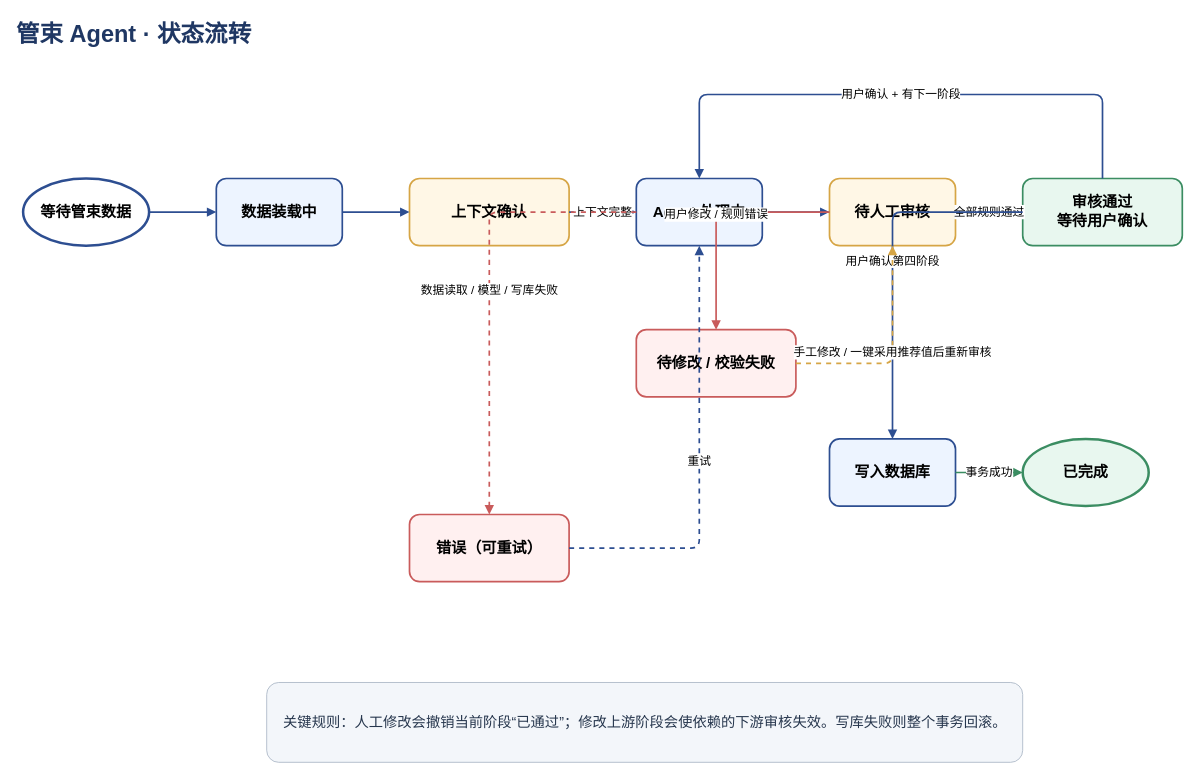
Earlier version of the draw.io diagram page "3-状态流转" (3 of 3) of docs/管束AI审核流-Pipeline.drawio (coconutwatersysdmg/DongLanpec-Agent-Demo). Source tidied: cells renumbered, new cells numbered last; positions are measured from the earlier drawing's top-left corner, leaving out a move shared by most shapes. Both pictures are drawn from the tidied source at 84%, with x=0, y=0 at pixel (14, 14).
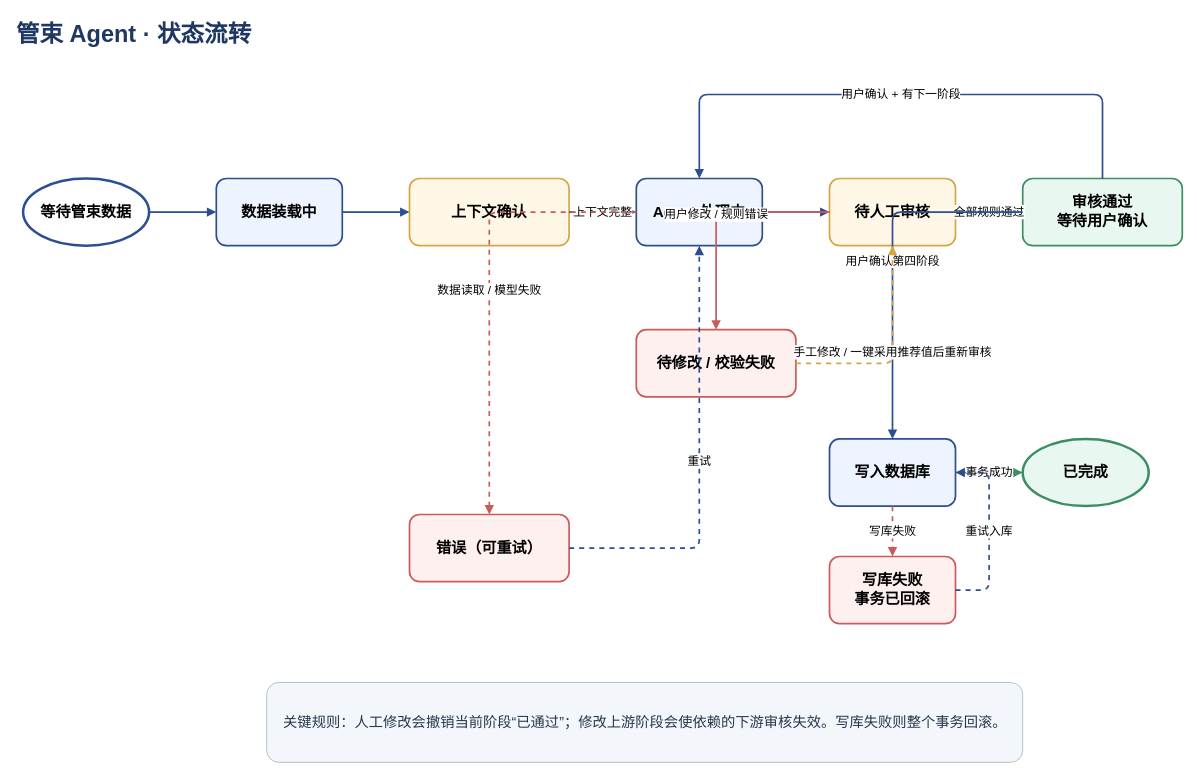
The same page after the edit.

Unchanged cells that the change refers to:
```xml
<mxCell id="6" value="Agent 处理中" style="rounded=1;whiteSpace=wrap;html=1;fillColor=#EDF4FF;strokeColor=#2D4E91;strokeWidth=2;fontSize=18;fontStyle=1;" parent="1" vertex="1">
  <mxGeometry x="740" y="195" width="150" height="80" as="geometry" />
</mxCell>
<mxCell id="9" value="写入数据库" style="rounded=1;whiteSpace=wrap;html=1;fillColor=#EDF4FF;strokeColor=#2D4E91;strokeWidth=2;fontSize=18;fontStyle=1;" parent="1" vertex="1">
  <mxGeometry x="970" y="505" width="150" height="80" as="geometry" />
</mxCell>
<mxCell id="12" value="错误（可重试）" style="rounded=1;whiteSpace=wrap;html=1;fillColor=#FFF0F0;strokeColor=#C95B5B;strokeWidth=2;fontSize=18;fontStyle=1;" parent="1" vertex="1">
  <mxGeometry x="470" y="595" width="190" height="80" as="geometry" />
</mxCell>
```

Diff of the diagram source:
```diff
@@
-    <mxCell id="23" value="数据读取 / 模型 / 写库失败" style="edgeStyle=orthogonalEdgeStyle;html=1;strokeColor=#C95B5B;strokeWidth=2;dashed=1;endArrow=block;fontSize=14;" parent="1" edge="1" source="6" target="12">
+    <mxCell id="23" value="数据读取 / 模型失败" style="edgeStyle=orthogonalEdgeStyle;html=1;strokeColor=#C95B5B;strokeWidth=2;dashed=1;endArrow=block;fontSize=14;" parent="1" edge="1" source="6" target="12">
       <mxGeometry relative="1" as="geometry" />
     </mxCell>
@@
+    <mxCell id="26" value="写库失败&#10;事务已回滚" style="rounded=1;whiteSpace=wrap;html=1;fillColor=#FFF0F0;strokeColor=#C95B5B;strokeWidth=2;fontSize=18;fontStyle=1;" parent="1" vertex="1">
+      <mxGeometry x="970" y="645" width="150" height="80" as="geometry" />
+    </mxCell>
+    <mxCell id="27" value="写库失败" style="edgeStyle=orthogonalEdgeStyle;html=1;strokeColor=#C95B5B;strokeWidth=2;dashed=1;endArrow=block;fontSize=14;" parent="1" edge="1" source="9" target="26">
+      <mxGeometry relative="1" as="geometry" />
+    </mxCell>
+    <mxCell id="28" value="重试入库" style="edgeStyle=orthogonalEdgeStyle;html=1;strokeColor=#2D4E91;strokeWidth=2;dashed=1;endArrow=block;fontSize=14;" parent="1" edge="1" source="26" target="9">
+      <mxGeometry relative="1" as="geometry">
+        <Array as="points">
+          <mxPoint x="1160" y="685" />
+          <mxPoint x="1160" y="545" />
+        </Array>
+      </mxGeometry>
+    </mxCell>
```
